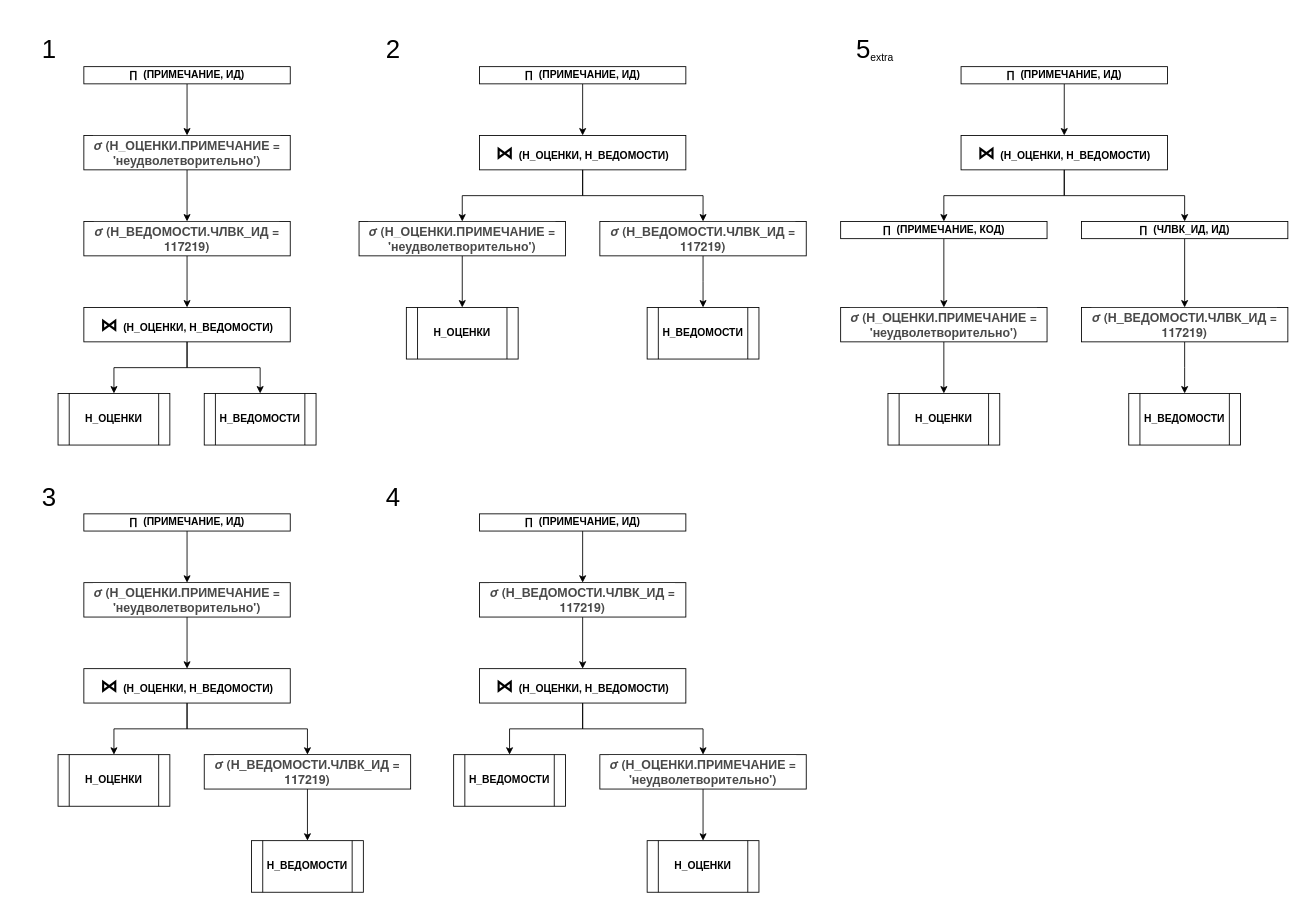
Before: lab3/Task1_Plans.drawio in Punctuality/Information_Systems_And_Databases_ITMO_2020, a draw.io diagram. Source tidied: cells renumbered, new cells numbered last; positions are measured from the earlier drawing's top-left corner, leaving out a move shared by most shapes. Both pictures are drawn from the tidied source at 86%, with x=0, y=0 at pixel (15, 15).
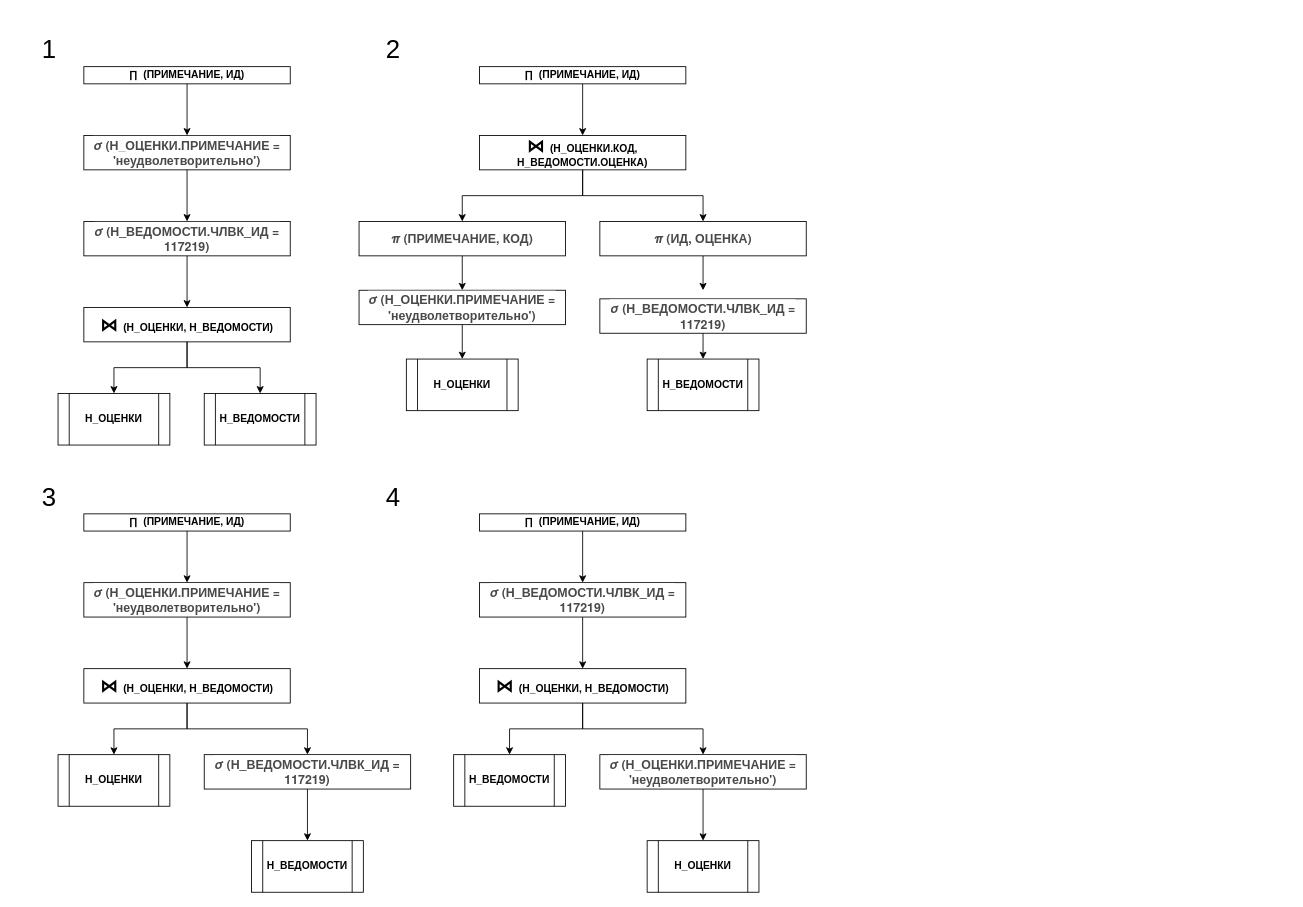
The same page after the edit.

Diff of the diagram source:
```diff
@@
-    <mxCell id="20" value="&lt;span style=&quot;font-family: &amp;#34;dejavusans&amp;#34; ; font-size: 20px ; background-color: rgb(255 , 255 , 255)&quot;&gt;⋈&lt;/span&gt;&amp;nbsp; (Н_ОЦЕНКИ, Н_ВЕДОМОСТИ)" style="whiteSpace=wrap;html=1;rounded=0;fontStyle=1;" parent="1" vertex="1">
+    <mxCell id="20" value="&lt;span style=&quot;font-family: &amp;#34;dejavusans&amp;#34; ; font-size: 20px ; background-color: rgb(255 , 255 , 255)&quot;&gt;⋈&lt;/span&gt;&amp;nbsp; (Н_ОЦЕНКИ.КОД, Н_ВЕДОМОСТИ.ОЦЕНКА)" style="whiteSpace=wrap;html=1;rounded=0;fontStyle=1;" parent="1" vertex="1">
       <mxGeometry x="540" y="140" width="240" height="40" as="geometry" />
     </mxCell>
-    <mxCell id="21" style="edgeStyle=orthogonalEdgeStyle;rounded=0;jettySize=auto;html=1;" parent="1" edge="1" source="22" target="26">
+    <mxCell id="21" style="edgeStyle=orthogonalEdgeStyle;rounded=0;jettySize=auto;html=1;entryX=0.5;entryY=0;entryDx=0;entryDy=0;" parent="1" edge="1" source="22" target="56">
       <mxGeometry relative="1" as="geometry" />
     </mxCell>
-    <mxCell id="22" value="&lt;span style=&quot;color: rgb(73 , 73 , 73) ; font-family: &amp;#34;ddg_proximanova&amp;#34; , &amp;#34;ddg_proximanova_ui_0&amp;#34; , &amp;#34;ddg_proximanova_ui_1&amp;#34; , &amp;#34;ddg_proximanova_ui_2&amp;#34; , &amp;#34;ddg_proximanova_ui_3&amp;#34; , &amp;#34;ddg_proximanova_ui_4&amp;#34; , &amp;#34;ddg_proximanova_ui_5&amp;#34; , &amp;#34;ddg_proximanova_ui_6&amp;#34; , &amp;#34;proxima nova&amp;#34; , &amp;#34;helvetica neue&amp;#34; , &amp;#34;helvetica&amp;#34; , &amp;#34;segoe ui&amp;#34; , &amp;#34;nimbus sans l&amp;#34; , &amp;#34;liberation sans&amp;#34; , &amp;#34;open sans&amp;#34; , &amp;#34;freesans&amp;#34; , &amp;#34;arial&amp;#34; , sans-serif ; font-size: 14.399999618530273px ; background-color: rgb(255 , 255 , 255)&quot;&gt;&lt;i&gt;σ&lt;/i&gt; (Н_ОЦЕНКИ.ПРИМЕЧАНИЕ = 'неудволетворительно')&lt;/span&gt;" style="whiteSpace=wrap;html=1;rounded=0;fontStyle=1;" parent="1" vertex="1">
+    <mxCell id="22" value="&lt;font color=&quot;#494949&quot; face=&quot;ddg_proximanova, ddg_proximanova_ui_0, ddg_proximanova_ui_1, ddg_proximanova_ui_2, ddg_proximanova_ui_3, ddg_proximanova_ui_4, ddg_proximanova_ui_5, ddg_proximanova_ui_6, proxima nova, helvetica neue, helvetica, segoe ui, nimbus sans l, liberation sans, open sans, freesans, arial, sans-serif&quot;&gt;&lt;span style=&quot;font-size: 14.399999618530273px ; background-color: rgb(255 , 255 , 255)&quot;&gt;&lt;i&gt;π &lt;/i&gt;(ПРИМЕЧАНИЕ, КОД)&lt;/span&gt;&lt;/font&gt;" style="whiteSpace=wrap;html=1;rounded=0;fontStyle=1;" parent="1" vertex="1">
       <mxGeometry x="400" y="240" width="240" height="40" as="geometry" />
     </mxCell>
     <mxCell id="23" style="edgeStyle=orthogonalEdgeStyle;rounded=0;jettySize=auto;html=1;" parent="1" edge="1" source="24">
       <mxGeometry relative="1" as="geometry">
-        <mxPoint x="800" y="340" as="targetPoint" />
+        <mxPoint x="800" y="320" as="targetPoint" />
       </mxGeometry>
     </mxCell>
-    <mxCell id="24" value="&lt;span style=&quot;color: rgb(73 , 73 , 73) ; font-family: &amp;#34;ddg_proximanova&amp;#34; , &amp;#34;ddg_proximanova_ui_0&amp;#34; , &amp;#34;ddg_proximanova_ui_1&amp;#34; , &amp;#34;ddg_proximanova_ui_2&amp;#34; , &amp;#34;ddg_proximanova_ui_3&amp;#34; , &amp;#34;ddg_proximanova_ui_4&amp;#34; , &amp;#34;ddg_proximanova_ui_5&amp;#34; , &amp;#34;ddg_proximanova_ui_6&amp;#34; , &amp;#34;proxima nova&amp;#34; , &amp;#34;helvetica neue&amp;#34; , &amp;#34;helvetica&amp;#34; , &amp;#34;segoe ui&amp;#34; , &amp;#34;nimbus sans l&amp;#34; , &amp;#34;liberation sans&amp;#34; , &amp;#34;open sans&amp;#34; , &amp;#34;freesans&amp;#34; , &amp;#34;arial&amp;#34; , sans-serif ; font-size: 14.399999618530273px ; background-color: rgb(255 , 255 , 255)&quot;&gt;&lt;i&gt;σ&lt;/i&gt; (Н_ВЕДОМОСТИ.ЧЛВК_ИД = 117219)&lt;/span&gt;" style="whiteSpace=wrap;html=1;rounded=0;fontStyle=1;" parent="1" vertex="1">
+    <mxCell id="24" value="&lt;span style=&quot;background-color: rgb(255 , 255 , 255)&quot;&gt;&lt;i style=&quot;color: rgb(73 , 73 , 73) ; font-family: &amp;#34;ddg_proximanova&amp;#34; , &amp;#34;ddg_proximanova_ui_0&amp;#34; , &amp;#34;ddg_proximanova_ui_1&amp;#34; , &amp;#34;ddg_proximanova_ui_2&amp;#34; , &amp;#34;ddg_proximanova_ui_3&amp;#34; , &amp;#34;ddg_proximanova_ui_4&amp;#34; , &amp;#34;ddg_proximanova_ui_5&amp;#34; , &amp;#34;ddg_proximanova_ui_6&amp;#34; , &amp;#34;proxima nova&amp;#34; , &amp;#34;helvetica neue&amp;#34; , &amp;#34;helvetica&amp;#34; , &amp;#34;segoe ui&amp;#34; , &amp;#34;nimbus sans l&amp;#34; , &amp;#34;liberation sans&amp;#34; , &amp;#34;open sans&amp;#34; , &amp;#34;freesans&amp;#34; , &amp;#34;arial&amp;#34; , sans-serif ; font-size: 14.399999618530273px&quot;&gt;π&lt;/i&gt;&lt;font color=&quot;#494949&quot; face=&quot;ddg_proximanova, ddg_proximanova_ui_0, ddg_proximanova_ui_1, ddg_proximanova_ui_2, ddg_proximanova_ui_3, ddg_proximanova_ui_4, ddg_proximanova_ui_5, ddg_proximanova_ui_6, proxima nova, helvetica neue, helvetica, segoe ui, nimbus sans l, liberation sans, open sans, freesans, arial, sans-serif&quot;&gt;&lt;span style=&quot;font-size: 14.399999618530273px&quot;&gt; (ИД, ОЦЕНКА)&lt;/span&gt;&lt;/font&gt;&lt;/span&gt;" style="whiteSpace=wrap;html=1;rounded=0;fontStyle=1;" parent="1" vertex="1">
       <mxGeometry x="680" y="240" width="240" height="40" as="geometry" />
     </mxCell>
@@
     <mxCell id="26" value="Н_ОЦЕНКИ" style="shape=process;whiteSpace=wrap;html=1;backgroundOutline=1;rounded=0;fontStyle=1;" parent="1" vertex="1">
-      <mxGeometry x="455" y="340" width="130" height="60" as="geometry" />
+      <mxGeometry x="455" y="400" width="130" height="60" as="geometry" />
     </mxCell>
     <mxCell id="27" value="Н_ВЕДОМОСТИ" style="shape=process;whiteSpace=wrap;html=1;backgroundOutline=1;rounded=0;fontStyle=1;" parent="1" vertex="1">
-      <mxGeometry x="735" y="340" width="130" height="60" as="geometry" />
+      <mxGeometry x="735" y="400" width="130" height="60" as="geometry" />
     </mxCell>
@@
-    <mxCell id="50" value="&lt;font&gt;&lt;span style=&quot;font-size: 30px&quot;&gt;5&lt;/span&gt;&lt;sub&gt;&lt;font style=&quot;font-size: 12px&quot;&gt;extra&lt;/font&gt;&lt;/sub&gt;&lt;/font&gt;" style="text;html=1;strokeColor=none;fillColor=none;align=center;verticalAlign=middle;whiteSpace=wrap;rounded=0;" parent="1" vertex="1">
-      <mxGeometry x="960" width="80" height="80" as="geometry" />
-    </mxCell>
-    <mxCell id="51" style="edgeStyle=orthogonalEdgeStyle;rounded=0;jettySize=auto;html=1;" parent="1" edge="1" source="52" target="59">
-      <mxGeometry relative="1" as="geometry" />
-    </mxCell>
-    <mxCell id="52" value="&lt;span style=&quot;font-family: &amp;#34;dejavusans&amp;#34; ; font-size: 20px ; background-color: rgb(255 , 255 , 255)&quot;&gt;⋈&lt;/span&gt;&amp;nbsp; (Н_ОЦЕНКИ, Н_ВЕДОМОСТИ)" style="whiteSpace=wrap;html=1;rounded=0;fontStyle=1;" parent="1" vertex="1">
-      <mxGeometry x="1100" y="140" width="240" height="40" as="geometry" />
-    </mxCell>
-    <mxCell id="53" style="edgeStyle=orthogonalEdgeStyle;rounded=0;jettySize=auto;html=1;" parent="1" edge="1" source="54" target="52">
-      <mxGeometry relative="1" as="geometry" />
-    </mxCell>
-    <mxCell id="54" value="&lt;i&gt;∏&amp;nbsp;&lt;/i&gt;&amp;nbsp;(ПРИМЕЧАНИЕ, ИД)" style="rounded=0;whiteSpace=wrap;html=1;fontStyle=1;" parent="1" vertex="1">
-      <mxGeometry x="1100" y="60" width="240" height="20" as="geometry" />
-    </mxCell>
-    <mxCell id="55" style="edgeStyle=orthogonalEdgeStyle;rounded=0;jettySize=auto;html=1;" parent="1" edge="1" source="56" target="57">
-      <mxGeometry relative="1" as="geometry" />
-    </mxCell>
     <mxCell id="56" value="&lt;span style=&quot;color: rgb(73 , 73 , 73) ; font-family: &amp;#34;ddg_proximanova&amp;#34; , &amp;#34;ddg_proximanova_ui_0&amp;#34; , &amp;#34;ddg_proximanova_ui_1&amp;#34; , &amp;#34;ddg_proximanova_ui_2&amp;#34; , &amp;#34;ddg_proximanova_ui_3&amp;#34; , &amp;#34;ddg_proximanova_ui_4&amp;#34; , &amp;#34;ddg_proximanova_ui_5&amp;#34; , &amp;#34;ddg_proximanova_ui_6&amp;#34; , &amp;#34;proxima nova&amp;#34; , &amp;#34;helvetica neue&amp;#34; , &amp;#34;helvetica&amp;#34; , &amp;#34;segoe ui&amp;#34; , &amp;#34;nimbus sans l&amp;#34; , &amp;#34;liberation sans&amp;#34; , &amp;#34;open sans&amp;#34; , &amp;#34;freesans&amp;#34; , &amp;#34;arial&amp;#34; , sans-serif ; font-size: 14.399999618530273px ; background-color: rgb(255 , 255 , 255)&quot;&gt;&lt;i&gt;σ&lt;/i&gt; (Н_ОЦЕНКИ.ПРИМЕЧАНИЕ = 'неудволетворительно')&lt;/span&gt;" style="whiteSpace=wrap;html=1;rounded=0;fontStyle=1;" parent="1" vertex="1">
-      <mxGeometry x="960" y="340" width="240" height="40" as="geometry" />
+      <mxGeometry x="400" y="320" width="240" height="40" as="geometry" />
     </mxCell>
-    <mxCell id="57" value="Н_ОЦЕНКИ" style="shape=process;whiteSpace=wrap;html=1;backgroundOutline=1;rounded=0;fontStyle=1;" parent="1" vertex="1">
-      <mxGeometry x="1015" y="440" width="130" height="60" as="geometry" />
-    </mxCell>
-    <mxCell id="58" style="edgeStyle=orthogonalEdgeStyle;rounded=0;jettySize=auto;html=1;" parent="1" edge="1" source="59" target="56">
-      <mxGeometry relative="1" as="geometry" />
-    </mxCell>
-    <mxCell id="59" value="&lt;i&gt;∏&amp;nbsp;&lt;/i&gt;&amp;nbsp;(ПРИМЕЧАНИЕ, КОД)" style="rounded=0;whiteSpace=wrap;html=1;fontStyle=1;" parent="1" vertex="1">
-      <mxGeometry x="960" y="240" width="240" height="20" as="geometry" />
-    </mxCell>
-    <mxCell id="60" style="edgeStyle=orthogonalEdgeStyle;rounded=0;jettySize=auto;html=1;" parent="1" edge="1" source="61" target="64">
-      <mxGeometry relative="1" as="geometry" />
-    </mxCell>
-    <mxCell id="61" value="&lt;i&gt;∏&amp;nbsp;&lt;/i&gt;&amp;nbsp;(ЧЛВК_ИД, ИД)" style="rounded=0;whiteSpace=wrap;html=1;fontStyle=1;" parent="1" vertex="1">
-      <mxGeometry x="1240" y="240" width="240" height="20" as="geometry" />
-    </mxCell>
-    <mxCell id="62" style="edgeStyle=orthogonalEdgeStyle;rounded=0;jettySize=auto;html=1;entryX=0.5;entryY=0;entryDx=0;entryDy=0;exitX=0.5;exitY=1;exitDx=0;exitDy=0;" parent="1" edge="1" source="52" target="61">
-      <mxGeometry relative="1" as="geometry" />
-    </mxCell>
-    <mxCell id="63" style="edgeStyle=orthogonalEdgeStyle;rounded=0;jettySize=auto;html=1;" parent="1" edge="1" source="64">
-      <mxGeometry relative="1" as="geometry">
-        <mxPoint x="1360" y="440" as="targetPoint" />
-      </mxGeometry>
-    </mxCell>
+    <mxCell id="66" style="edgeStyle=orthogonalEdgeStyle;rounded=0;jettySize=auto;html=1;entryX=0.5;entryY=0;entryDx=0;entryDy=0;exitX=0.5;exitY=1;exitDx=0;exitDy=0;" parent="1" edge="1" source="56" target="26">
+      <mxGeometry relative="1" as="geometry" />
+    </mxCell>
-    <mxCell id="64" value="&lt;span style=&quot;color: rgb(73 , 73 , 73) ; font-family: &amp;#34;ddg_proximanova&amp;#34; , &amp;#34;ddg_proximanova_ui_0&amp;#34; , &amp;#34;ddg_proximanova_ui_1&amp;#34; , &amp;#34;ddg_proximanova_ui_2&amp;#34; , &amp;#34;ddg_proximanova_ui_3&amp;#34; , &amp;#34;ddg_proximanova_ui_4&amp;#34; , &amp;#34;ddg_proximanova_ui_5&amp;#34; , &amp;#34;ddg_proximanova_ui_6&amp;#34; , &amp;#34;proxima nova&amp;#34; , &amp;#34;helvetica neue&amp;#34; , &amp;#34;helvetica&amp;#34; , &amp;#34;segoe ui&amp;#34; , &amp;#34;nimbus sans l&amp;#34; , &amp;#34;liberation sans&amp;#34; , &amp;#34;open sans&amp;#34; , &amp;#34;freesans&amp;#34; , &amp;#34;arial&amp;#34; , sans-serif ; font-size: 14.399999618530273px ; background-color: rgb(255 , 255 , 255)&quot;&gt;&lt;i&gt;σ&lt;/i&gt; (Н_ВЕДОМОСТИ.ЧЛВК_ИД = 117219)&lt;/span&gt;" style="whiteSpace=wrap;html=1;rounded=0;fontStyle=1;" parent="1" vertex="1">
-      <mxGeometry x="1240" y="340" width="240" height="40" as="geometry" />
+    <mxCell id="64" value="&lt;i style=&quot;color: rgb(73 , 73 , 73) ; font-family: &amp;#34;ddg_proximanova&amp;#34; , &amp;#34;ddg_proximanova_ui_0&amp;#34; , &amp;#34;ddg_proximanova_ui_1&amp;#34; , &amp;#34;ddg_proximanova_ui_2&amp;#34; , &amp;#34;ddg_proximanova_ui_3&amp;#34; , &amp;#34;ddg_proximanova_ui_4&amp;#34; , &amp;#34;ddg_proximanova_ui_5&amp;#34; , &amp;#34;ddg_proximanova_ui_6&amp;#34; , &amp;#34;proxima nova&amp;#34; , &amp;#34;helvetica neue&amp;#34; , &amp;#34;helvetica&amp;#34; , &amp;#34;segoe ui&amp;#34; , &amp;#34;nimbus sans l&amp;#34; , &amp;#34;liberation sans&amp;#34; , &amp;#34;open sans&amp;#34; , &amp;#34;freesans&amp;#34; , &amp;#34;arial&amp;#34; , sans-serif ; font-size: 14.399999618530273px ; background-color: rgb(255 , 255 , 255)&quot;&gt;σ&lt;/i&gt;&lt;span style=&quot;color: rgb(73 , 73 , 73) ; font-family: &amp;#34;ddg_proximanova&amp;#34; , &amp;#34;ddg_proximanova_ui_0&amp;#34; , &amp;#34;ddg_proximanova_ui_1&amp;#34; , &amp;#34;ddg_proximanova_ui_2&amp;#34; , &amp;#34;ddg_proximanova_ui_3&amp;#34; , &amp;#34;ddg_proximanova_ui_4&amp;#34; , &amp;#34;ddg_proximanova_ui_5&amp;#34; , &amp;#34;ddg_proximanova_ui_6&amp;#34; , &amp;#34;proxima nova&amp;#34; , &amp;#34;helvetica neue&amp;#34; , &amp;#34;helvetica&amp;#34; , &amp;#34;segoe ui&amp;#34; , &amp;#34;nimbus sans l&amp;#34; , &amp;#34;liberation sans&amp;#34; , &amp;#34;open sans&amp;#34; , &amp;#34;freesans&amp;#34; , &amp;#34;arial&amp;#34; , sans-serif ; font-size: 14.399999618530273px ; background-color: rgb(255 , 255 , 255)&quot;&gt;&amp;nbsp;(Н_ВЕДОМОСТИ.ЧЛВК_ИД = 117219)&lt;/span&gt;" style="whiteSpace=wrap;html=1;rounded=0;fontStyle=1;" parent="1" vertex="1">
+      <mxGeometry x="680" y="330" width="240" height="40" as="geometry" />
     </mxCell>
-    <mxCell id="65" value="Н_ВЕДОМОСТИ" style="shape=process;whiteSpace=wrap;html=1;backgroundOutline=1;rounded=0;fontStyle=1;" parent="1" vertex="1">
-      <mxGeometry x="1295" y="440" width="130" height="60" as="geometry" />
-    </mxCell>
+    <mxCell id="67" style="edgeStyle=orthogonalEdgeStyle;rounded=0;jettySize=auto;html=1;entryX=0.5;entryY=0;entryDx=0;entryDy=0;exitX=0.5;exitY=1;exitDx=0;exitDy=0;" parent="1" edge="1" source="64" target="27">
+      <mxGeometry relative="1" as="geometry" />
+    </mxCell>
```
